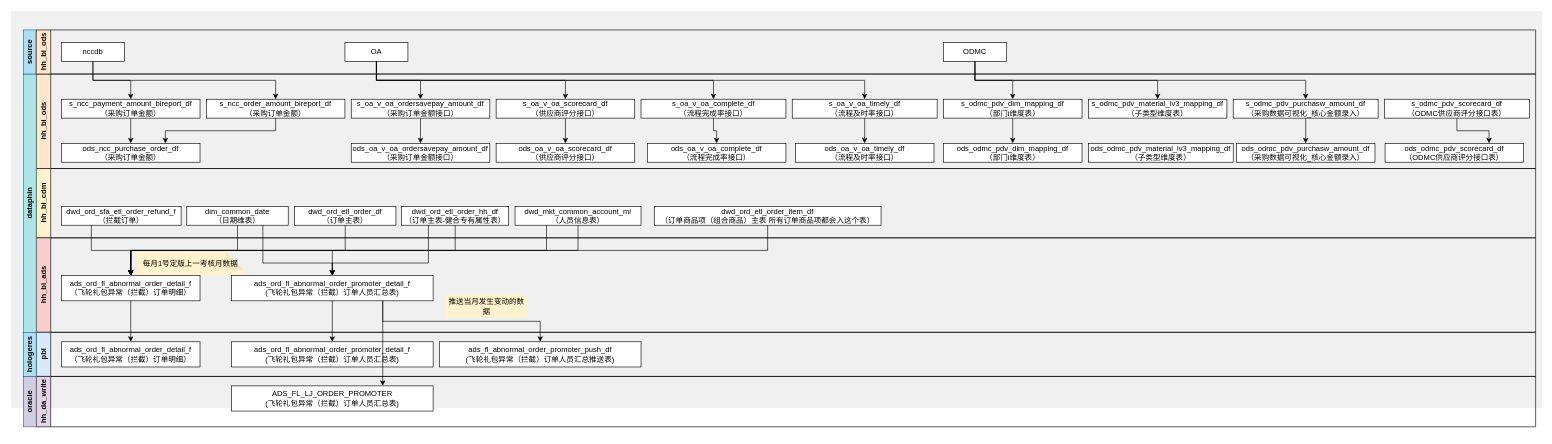
Before: 采购可视化.drawio in ztacode/drawio, a draw.io diagram. Source tidied: cells renumbered, new cells numbered last; positions are measured from the earlier drawing's top-left corner, leaving out a move shared by most shapes. Both pictures are drawn from the tidied source at 63%, with x=0, y=0 at pixel (11, 11).
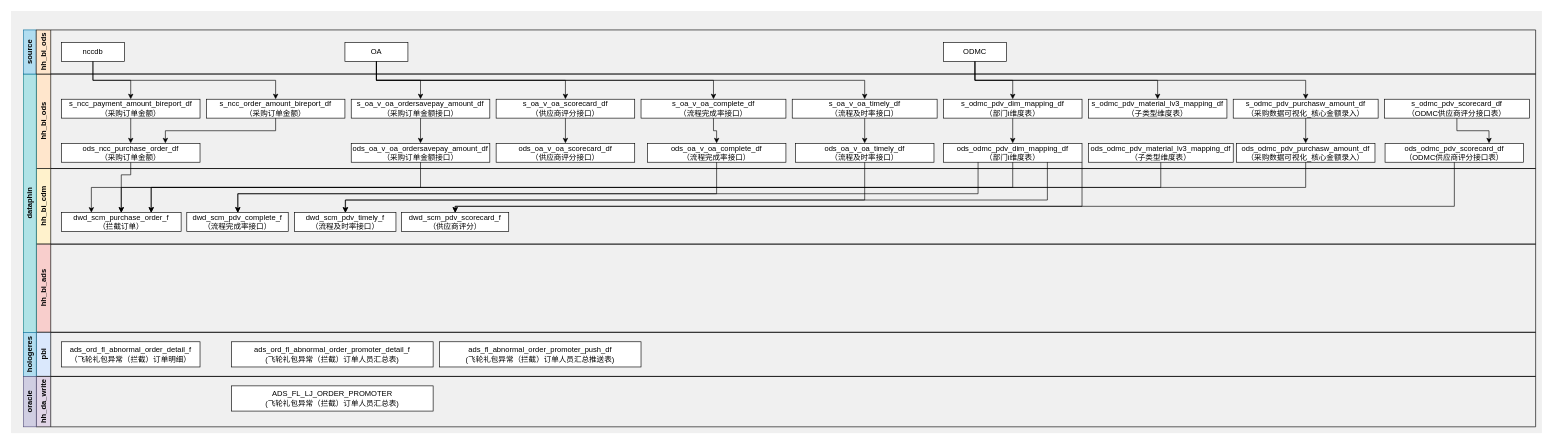
Above is the later version.

Commit message (it also covers changes not shown here):
更新采购可视化.drawio

The change refers to these unchanged cells:
```xml
<mxCell id="22" value="ods_odmc_pdv_dim_mapping_df&lt;br&gt;（部门i维度表）" style="rounded=0;whiteSpace=wrap;html=1;" parent="3" vertex="1">
  <mxGeometry x="1440" y="110" width="220" height="30" as="geometry" />
</mxCell>
<mxCell id="23" value="ods_odmc_pdv_purchasw_amount_df（采购数据可视化_核心金额录入&lt;span style=&quot;background-color: initial;&quot;&gt;）&lt;/span&gt;" style="rounded=0;whiteSpace=wrap;html=1;" parent="3" vertex="1">
  <mxGeometry x="1905" y="110" width="220" height="30" as="geometry" />
</mxCell>
<mxCell id="24" value="ods_odmc_pdv_scorecard_df&lt;br&gt;（ODMC供应商评分接口表&lt;span style=&quot;background-color: initial;&quot;&gt;）&lt;/span&gt;" style="rounded=0;whiteSpace=wrap;html=1;" parent="3" vertex="1">
  <mxGeometry x="2141" y="110" width="220" height="30" as="geometry" />
</mxCell>
<mxCell id="25" value="ods_oa_v_oa_ordersavepay_amount_df&lt;br&gt;（采购订单金额接口&lt;span style=&quot;background-color: initial;&quot;&gt;）&lt;/span&gt;" style="rounded=0;whiteSpace=wrap;html=1;" parent="3" vertex="1">
  <mxGeometry x="500" y="110" width="220" height="30" as="geometry" />
</mxCell>
<mxCell id="26" value="ods_oa_v_oa_complete_df&lt;br&gt;（流程完成率接口&lt;span style=&quot;background-color: initial;&quot;&gt;）&lt;/span&gt;" style="rounded=0;whiteSpace=wrap;html=1;" parent="3" vertex="1">
  <mxGeometry x="970" y="110" width="220" height="30" as="geometry" />
</mxCell>
<mxCell id="27" value="ods_oa_v_oa_timely_df&lt;br&gt;（流程及时率接口&lt;span style=&quot;background-color: initial;&quot;&gt;）&lt;/span&gt;" style="rounded=0;whiteSpace=wrap;html=1;" parent="3" vertex="1">
  <mxGeometry x="1205" y="110" width="220" height="30" as="geometry" />
</mxCell>
<mxCell id="48" value="ads_ord_fl_abnormal_order_detail_f&lt;br&gt;（飞轮礼包异常（拦截）订单明细）" style="rounded=0;whiteSpace=wrap;html=1;" parent="47" vertex="1">
  <mxGeometry x="40" y="15" width="220" height="40" as="geometry" />
</mxCell>
<mxCell id="49" value="ads_ord_fl_abnormal_order_promoter_detail_f&lt;br&gt;(飞轮礼包异常（拦截）订单人员汇总表)" style="rounded=0;whiteSpace=wrap;html=1;" parent="47" vertex="1">
  <mxGeometry x="310" y="15" width="320" height="40" as="geometry" />
</mxCell>
<mxCell id="50" value="ads_fl_abnormal_order_promoter_push_df&lt;br&gt;&lt;span style=&quot;background-color: initial;&quot;&gt;(飞轮礼包异常（拦截）订单人员汇总推送表)&lt;/span&gt;" style="rounded=0;whiteSpace=wrap;html=1;" parent="47" vertex="1">
  <mxGeometry x="640" y="15" width="320" height="40" as="geometry" />
</mxCell>
<mxCell id="56" value="ADS_FL_LJ_ORDER_PROMOTER&lt;br&gt;(飞轮礼包异常（拦截）订单人员汇总表)" style="rounded=0;whiteSpace=wrap;html=1;" parent="55" vertex="1">
  <mxGeometry x="310" y="15" width="320" height="40" as="geometry" />
</mxCell>
<mxCell id="76" value="ods_ncc_purchase_order_df&lt;br&gt;（采购订单金额&lt;span style=&quot;background-color: initial;&quot;&gt;）&lt;/span&gt;" style="rounded=0;whiteSpace=wrap;html=1;" parent="1" vertex="1">
  <mxGeometry x="80" y="210" width="220" height="30" as="geometry" />
</mxCell>
<mxCell id="79" value="ods_odmc_pdv_material_lv3_mapping_df&lt;br&gt;（子类型维度表）" style="rounded=0;whiteSpace=wrap;html=1;" parent="1" vertex="1">
  <mxGeometry x="1710" y="210" width="230" height="30" as="geometry" />
</mxCell>
```

Diff of the diagram source:
```diff
@@
     <mxCell id="2" style="rounded=0;whiteSpace=wrap;html=1;fillColor=#F0F0F0;strokeColor=none;" parent="1" vertex="1">
-      <mxGeometry width="2430" height="630" as="geometry" />
+      <mxGeometry width="2430" height="670" as="geometry" />
     </mxCell>
@@
     <mxCell id="28" value="hh_bi_cdm" style="swimlane;horizontal=0;whiteSpace=wrap;html=1;startSize=23;fillColor=#fff2cc;strokeColor=default;" parent="1" vertex="1">
-      <mxGeometry x="40" y="250" width="2380" height="110" as="geometry" />
+      <mxGeometry x="40" y="250" width="2380" height="120" as="geometry" />
     </mxCell>
-    <mxCell id="29" value="dwd_ord_sfa_etl_order_refund_f&lt;br&gt;（拦截订单）" style="rounded=0;whiteSpace=wrap;html=1;" parent="28" vertex="1">
-      <mxGeometry x="40" y="60" width="190" height="30" as="geometry" />
+    <mxCell id="29" value="dwd_scm_purchase_order_f&lt;br&gt;（拦截订单）" style="rounded=0;whiteSpace=wrap;html=1;" parent="28" vertex="1">
+      <mxGeometry x="40" y="70" width="190" height="30" as="geometry" />
     </mxCell>
-    <mxCell id="30" style="edgeStyle=orthogonalEdgeStyle;rounded=0;jettySize=auto;html=1;exitX=0.5;exitY=1;exitDx=0;exitDy=0;" parent="28" edge="1" source="31">
-      <mxGeometry relative="1" as="geometry">
-        <mxPoint x="150" y="170" as="targetPoint" />
-      </mxGeometry>
-    </mxCell>
-    <mxCell id="31" value="&lt;a name=&quot;OLE_LINK1&quot;&gt;dim_common_date&lt;br&gt;（日期维表）&lt;br&gt;&lt;/a&gt;" style="rounded=0;whiteSpace=wrap;html=1;" parent="28" vertex="1">
-      <mxGeometry x="239" y="60" width="161" height="30" as="geometry" />
+    <mxCell id="31" value="&lt;a name=&quot;OLE_LINK1&quot;&gt;dwd_scm_pdv_complete_f（流程完成率接口）&lt;br&gt;&lt;/a&gt;" style="rounded=0;whiteSpace=wrap;html=1;" parent="28" vertex="1">
+      <mxGeometry x="239" y="70" width="161" height="30" as="geometry" />
     </mxCell>
-    <mxCell id="32" style="edgeStyle=orthogonalEdgeStyle;rounded=0;jettySize=auto;html=1;exitX=0.5;exitY=1;exitDx=0;exitDy=0;" parent="28" edge="1" source="33">
-      <mxGeometry relative="1" as="geometry">
-        <mxPoint x="150" y="170" as="targetPoint" />
-      </mxGeometry>
-    </mxCell>
-    <mxCell id="33" value="&lt;a name=&quot;OLE_LINK1&quot;&gt;dwd_ord_etl_order_df&lt;br&gt;（订单主表）&lt;br&gt;&lt;/a&gt;" style="rounded=0;whiteSpace=wrap;html=1;" parent="28" vertex="1">
-      <mxGeometry x="410" y="60" width="161" height="30" as="geometry" />
+    <mxCell id="33" value="&lt;a name=&quot;OLE_LINK1&quot;&gt;dwd_scm_pdv_timely_f&lt;br&gt;（流程及时率接口）&lt;br&gt;&lt;/a&gt;" style="rounded=0;whiteSpace=wrap;html=1;" parent="28" vertex="1">
+      <mxGeometry x="410" y="70" width="161" height="30" as="geometry" />
     </mxCell>
-    <mxCell id="34" value="&lt;a name=&quot;OLE_LINK1&quot;&gt;dwd_ord_etl_order_hh_df&lt;br&gt;（订单主表-健合专有属性表）&lt;br&gt;&lt;/a&gt;" style="rounded=0;whiteSpace=wrap;html=1;" parent="28" vertex="1">
-      <mxGeometry x="580" y="60" width="170" height="30" as="geometry" />
+    <mxCell id="34" value="&lt;a name=&quot;OLE_LINK1&quot;&gt;dwd_scm_pdv_scorecard_f（供应商评分）&lt;br&gt;&lt;/a&gt;" style="rounded=0;whiteSpace=wrap;html=1;" parent="28" vertex="1">
+      <mxGeometry x="580" y="70" width="170" height="30" as="geometry" />
     </mxCell>
-    <mxCell id="35" value="&lt;a name=&quot;OLE_LINK1&quot;&gt;dwd_mkt_common_account_mi&lt;br&gt;（人员信息表）&lt;br&gt;&lt;/a&gt;" style="rounded=0;whiteSpace=wrap;html=1;" parent="28" vertex="1">
-      <mxGeometry x="760" y="60" width="200" height="30" as="geometry" />
-    </mxCell>
     <mxCell id="36" value="hh_bi_ads" style="swimlane;horizontal=0;whiteSpace=wrap;html=1;startSize=23;fillColor=#f8cecc;strokeColor=default;" parent="1" vertex="1">
-      <mxGeometry x="40" y="360" width="2380" height="150" as="geometry" />
+      <mxGeometry x="40" y="370" width="2380" height="140" as="geometry" />
     </mxCell>
-    <mxCell id="37" value="ads_ord_fl_abnormal_order_detail_f&lt;br&gt;（飞轮礼包异常（拦截）订单明细）" style="rounded=0;whiteSpace=wrap;html=1;" parent="36" vertex="1">
-      <mxGeometry x="40" y="60" width="220" height="40" as="geometry" />
-    </mxCell>
-    <mxCell id="38" value="每月1号定版上一考核月数据" style="shape=note;whiteSpace=wrap;html=1;backgroundOutline=1;darkOpacity=0.05;noLabel=0;enumerate=0;comic=0;perimeter=rectanglePerimeter;fillOpacity=100;strokeOpacity=100;overflow=visible;fillColor=#fff2cc;strokeColor=none;size=29;" parent="36" vertex="1">
-      <mxGeometry x="160" y="22" width="170" height="37" as="geometry" />
-    </mxCell>
-    <mxCell id="39" value="ads_ord_fl_abnormal_order_promoter_detail_f&lt;br&gt;(飞轮礼包异常（拦截）订单人员汇总表)" style="rounded=0;whiteSpace=wrap;html=1;" parent="36" vertex="1">
-      <mxGeometry x="310" y="60" width="320" height="40" as="geometry" />
-    </mxCell>
-    <mxCell id="40" value="推送当月发生变动的数据" style="shape=note;whiteSpace=wrap;html=1;backgroundOutline=1;darkOpacity=0.05;noLabel=0;enumerate=0;comic=0;perimeter=rectanglePerimeter;fillOpacity=100;strokeOpacity=100;overflow=visible;fillColor=#fff2cc;strokeColor=none;size=5;" parent="36" vertex="1">
-      <mxGeometry x="650" y="90" width="130" height="37" as="geometry" />
-    </mxCell>
-    <mxCell id="41" style="edgeStyle=orthogonalEdgeStyle;rounded=0;jettySize=auto;html=1;exitX=0.25;exitY=1;exitDx=0;exitDy=0;entryX=0.5;entryY=0;entryDx=0;entryDy=0;" parent="1" edge="1" source="29" target="37">
-      <mxGeometry relative="1" as="geometry" />
-    </mxCell>
-    <mxCell id="42" style="edgeStyle=orthogonalEdgeStyle;rounded=0;jettySize=auto;html=1;exitX=0.5;exitY=1;exitDx=0;exitDy=0;entryX=0.5;entryY=0;entryDx=0;entryDy=0;" parent="1" edge="1" source="34" target="37">
-      <mxGeometry relative="1" as="geometry" />
-    </mxCell>
-    <mxCell id="43" style="edgeStyle=orthogonalEdgeStyle;rounded=0;jettySize=auto;html=1;exitX=0.5;exitY=1;exitDx=0;exitDy=0;entryX=0.5;entryY=0;entryDx=0;entryDy=0;" parent="1" edge="1" source="44" target="37">
-      <mxGeometry relative="1" as="geometry" />
-    </mxCell>
-    <mxCell id="44" value="dwd_ord_etl_order_item_df&lt;br&gt;（订单商品项（组合商品）主表 所有订单商品项都会入这个表）" style="rounded=0;whiteSpace=wrap;html=1;" parent="1" vertex="1">
-      <mxGeometry x="1021" y="310" width="360" height="30" as="geometry" />
-    </mxCell>
-    <mxCell id="45" style="edgeStyle=orthogonalEdgeStyle;rounded=0;jettySize=auto;html=1;exitX=0.75;exitY=1;exitDx=0;exitDy=0;entryX=0.5;entryY=0;entryDx=0;entryDy=0;" parent="1" edge="1" source="31" target="39">
-      <mxGeometry relative="1" as="geometry">
-        <Array as="points">
-          <mxPoint x="400" y="400" />
-          <mxPoint x="510" y="400" />
-        </Array>
-      </mxGeometry>
-    </mxCell>
-    <mxCell id="46" style="edgeStyle=orthogonalEdgeStyle;rounded=0;jettySize=auto;html=1;exitX=0.25;exitY=1;exitDx=0;exitDy=0;entryX=0.5;entryY=0;entryDx=0;entryDy=0;" parent="1" edge="1" source="34" target="39">
-      <mxGeometry relative="1" as="geometry">
-        <Array as="points">
-          <mxPoint x="663" y="400" />
-          <mxPoint x="510" y="400" />
-        </Array>
-      </mxGeometry>
-    </mxCell>
@@
-    <mxCell id="53" style="edgeStyle=orthogonalEdgeStyle;rounded=0;jettySize=auto;html=1;exitX=0.5;exitY=1;exitDx=0;exitDy=0;entryX=0.5;entryY=0;entryDx=0;entryDy=0;" parent="1" edge="1" source="37" target="48">
-      <mxGeometry relative="1" as="geometry" />
-    </mxCell>
-    <mxCell id="54" style="edgeStyle=orthogonalEdgeStyle;rounded=0;jettySize=auto;html=1;exitX=0.5;exitY=1;exitDx=0;exitDy=0;entryX=0.5;entryY=0;entryDx=0;entryDy=0;" parent="1" edge="1" source="39" target="49">
-      <mxGeometry relative="1" as="geometry" />
-    </mxCell>
@@
-    <mxCell id="58" style="edgeStyle=orthogonalEdgeStyle;rounded=0;jettySize=auto;html=1;exitX=0.75;exitY=1;exitDx=0;exitDy=0;entryX=0.75;entryY=0;entryDx=0;entryDy=0;" parent="1" edge="1" source="39" target="56">
-      <mxGeometry relative="1" as="geometry" />
-    </mxCell>
-    <mxCell id="59" style="edgeStyle=orthogonalEdgeStyle;rounded=0;jettySize=auto;html=1;exitX=0.25;exitY=1;exitDx=0;exitDy=0;entryX=0.5;entryY=0;entryDx=0;entryDy=0;" parent="1" edge="1" source="35" target="37">
-      <mxGeometry relative="1" as="geometry" />
-    </mxCell>
-    <mxCell id="60" style="edgeStyle=orthogonalEdgeStyle;rounded=0;jettySize=auto;html=1;exitX=0.5;exitY=1;exitDx=0;exitDy=0;" parent="1" edge="1" source="35" target="39">
-      <mxGeometry relative="1" as="geometry" />
-    </mxCell>
-    <mxCell id="61" style="edgeStyle=orthogonalEdgeStyle;rounded=0;jettySize=auto;html=1;exitX=0.75;exitY=1;exitDx=0;exitDy=0;" parent="1" edge="1" source="39" target="50">
-      <mxGeometry relative="1" as="geometry" />
-    </mxCell>
@@
+    <mxCell id="80" style="edgeStyle=orthogonalEdgeStyle;rounded=0;jettySize=auto;html=1;" parent="1" edge="1" source="76" target="29">
+      <mxGeometry relative="1" as="geometry">
+        <Array as="points">
+          <mxPoint x="190" y="260" />
+          <mxPoint x="175" y="260" />
+        </Array>
+      </mxGeometry>
+    </mxCell>
@@
+    <mxCell id="81" style="edgeStyle=orthogonalEdgeStyle;rounded=0;jettySize=auto;html=1;exitX=0.5;exitY=1;exitDx=0;exitDy=0;entryX=0.75;entryY=0;entryDx=0;entryDy=0;" parent="1" edge="1" source="79" target="29">
+      <mxGeometry relative="1" as="geometry" />
+    </mxCell>
@@
+    <mxCell id="82" style="edgeStyle=orthogonalEdgeStyle;rounded=0;jettySize=auto;html=1;exitX=0.5;exitY=1;exitDx=0;exitDy=0;entryX=0.75;entryY=0;entryDx=0;entryDy=0;" parent="1" edge="1" source="22" target="29">
+      <mxGeometry relative="1" as="geometry" />
+    </mxCell>
+    <mxCell id="83" style="edgeStyle=orthogonalEdgeStyle;rounded=0;jettySize=auto;html=1;exitX=0.5;exitY=1;exitDx=0;exitDy=0;entryX=0.25;entryY=0;entryDx=0;entryDy=0;" parent="1" edge="1" source="25" target="29">
+      <mxGeometry relative="1" as="geometry" />
+    </mxCell>
+    <mxCell id="84" style="edgeStyle=orthogonalEdgeStyle;rounded=0;jettySize=auto;html=1;exitX=0.5;exitY=1;exitDx=0;exitDy=0;" parent="1" edge="1" source="23" target="29">
+      <mxGeometry relative="1" as="geometry" />
+    </mxCell>
+    <mxCell id="85" style="edgeStyle=orthogonalEdgeStyle;rounded=0;jettySize=auto;html=1;exitX=0.5;exitY=1;exitDx=0;exitDy=0;" parent="1" edge="1" source="26" target="31">
+      <mxGeometry relative="1" as="geometry">
+        <Array as="points">
+          <mxPoint x="1120" y="290" />
+          <mxPoint x="360" y="290" />
+        </Array>
+      </mxGeometry>
+    </mxCell>
+    <mxCell id="86" style="edgeStyle=orthogonalEdgeStyle;rounded=0;jettySize=auto;html=1;exitX=0.5;exitY=1;exitDx=0;exitDy=0;" parent="1" edge="1" source="27" target="33">
+      <mxGeometry relative="1" as="geometry">
+        <Array as="points">
+          <mxPoint x="1355" y="300" />
+          <mxPoint x="531" y="300" />
+        </Array>
+      </mxGeometry>
+    </mxCell>
+    <mxCell id="87" style="edgeStyle=orthogonalEdgeStyle;rounded=0;jettySize=auto;html=1;exitX=0.5;exitY=1;exitDx=0;exitDy=0;entryX=0.5;entryY=0;entryDx=0;entryDy=0;" parent="1" edge="1" source="24" target="34">
+      <mxGeometry relative="1" as="geometry">
+        <Array as="points">
+          <mxPoint x="2291" y="310" />
+        </Array>
+      </mxGeometry>
+    </mxCell>
+    <mxCell id="88" style="edgeStyle=orthogonalEdgeStyle;rounded=0;jettySize=auto;html=1;exitX=0.25;exitY=1;exitDx=0;exitDy=0;" parent="1" edge="1" source="22" target="31">
+      <mxGeometry relative="1" as="geometry">
+        <Array as="points">
+          <mxPoint x="1535" y="290" />
+          <mxPoint x="360" y="290" />
+        </Array>
+      </mxGeometry>
+    </mxCell>
+    <mxCell id="89" style="edgeStyle=orthogonalEdgeStyle;rounded=0;jettySize=auto;html=1;exitX=0.75;exitY=1;exitDx=0;exitDy=0;entryX=0.5;entryY=0;entryDx=0;entryDy=0;" parent="1" edge="1" source="22" target="33">
+      <mxGeometry relative="1" as="geometry">
+        <Array as="points">
+          <mxPoint x="1645" y="300" />
+          <mxPoint x="531" y="300" />
+        </Array>
+      </mxGeometry>
+    </mxCell>
+    <mxCell id="90" style="edgeStyle=orthogonalEdgeStyle;rounded=0;jettySize=auto;html=1;exitX=1;exitY=1;exitDx=0;exitDy=0;entryX=0.5;entryY=0;entryDx=0;entryDy=0;" parent="1" edge="1" source="22" target="34">
+      <mxGeometry relative="1" as="geometry">
+        <Array as="points">
+          <mxPoint x="1700" y="310" />
+          <mxPoint x="705" y="310" />
+        </Array>
+      </mxGeometry>
+    </mxCell>
```
